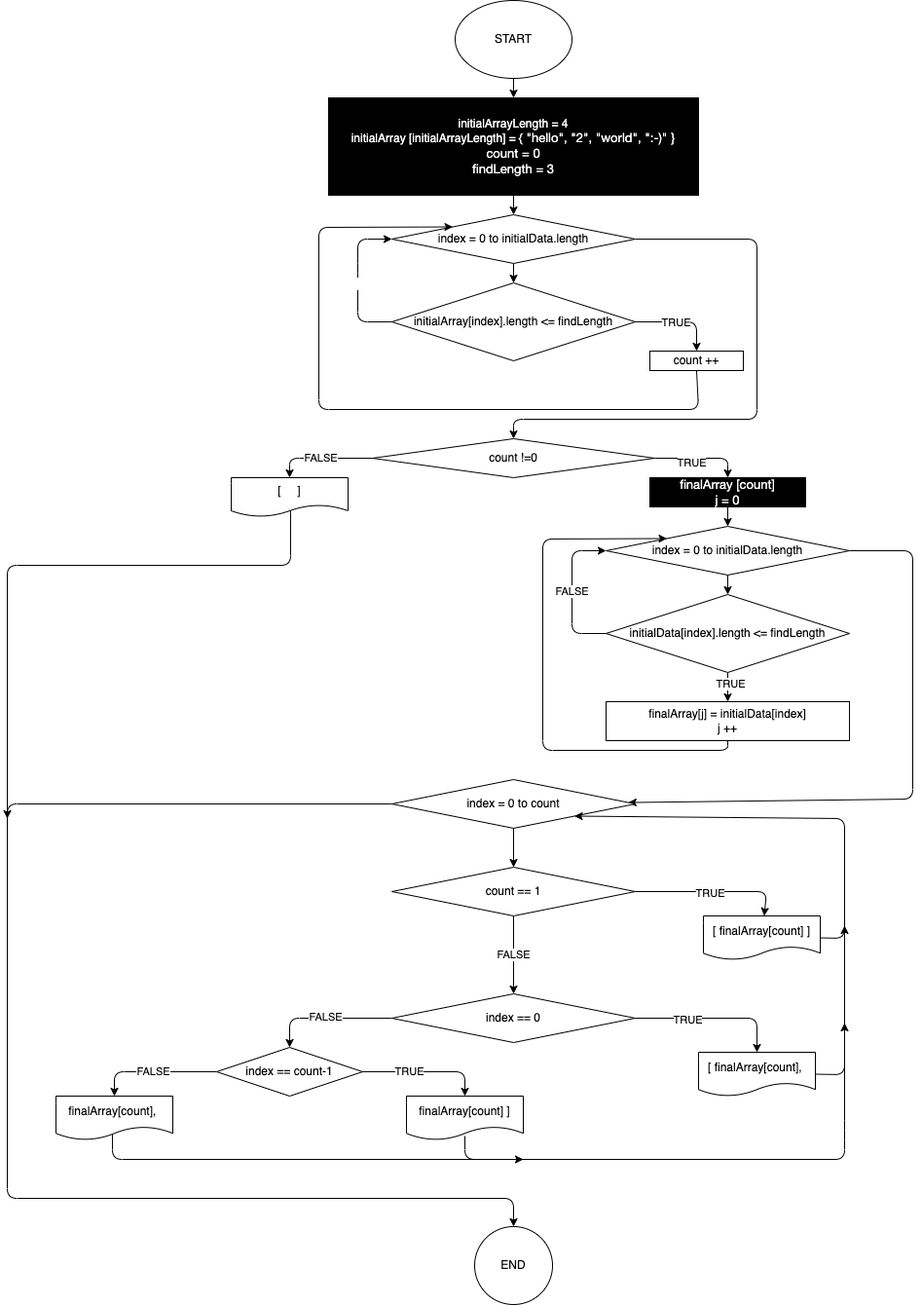
Before: diagram.drawio.png, a diagram exported from draw.io (Moerushi/FINAL_PROJECT). Source tidied: cells renumbered, new cells last; positions are measured from the earlier drawing's top-left corner, leaving out a move shared by most shapes.
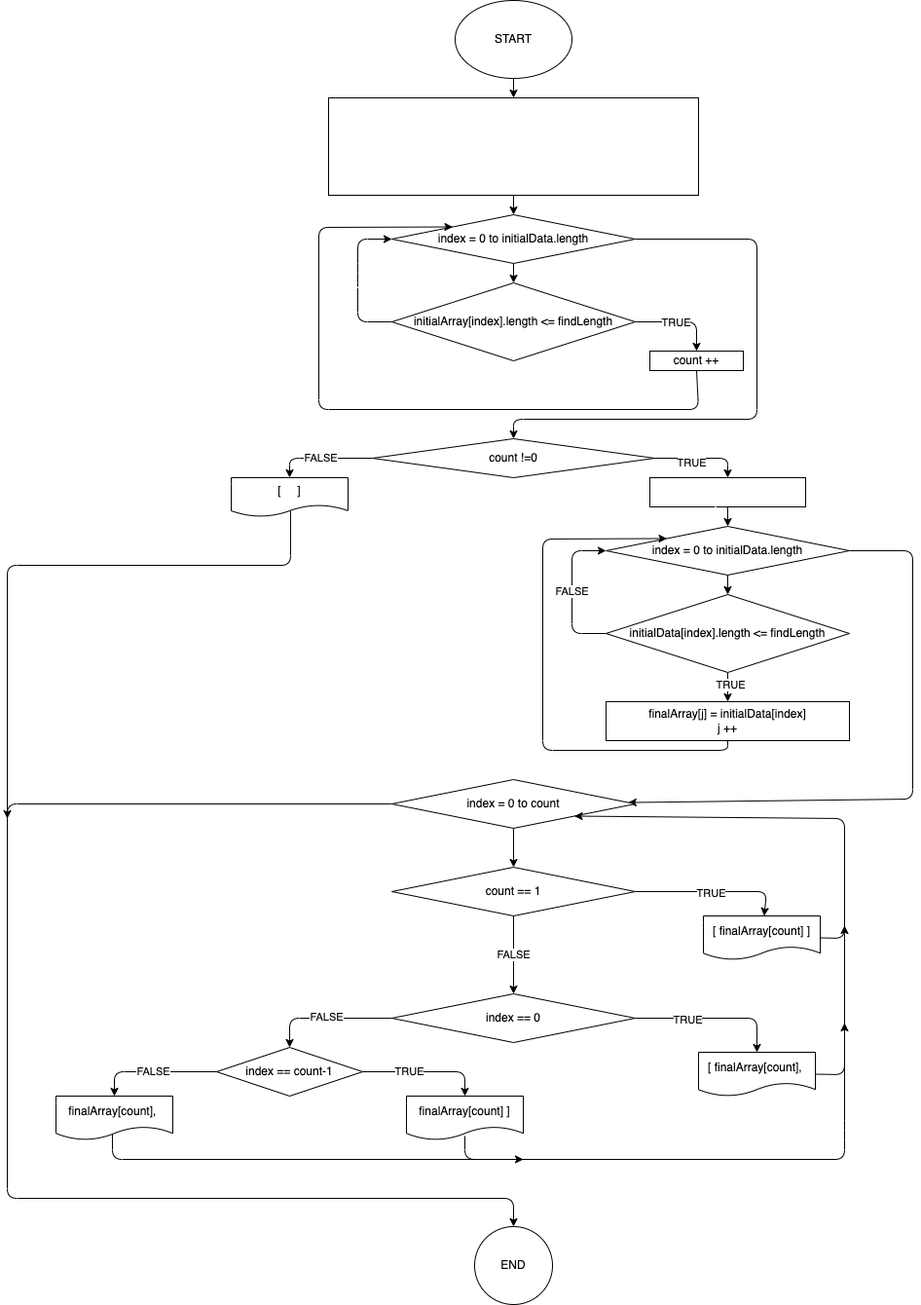
Above is the later version.

Commit message:
Changed color of some places in diagram

Change to the diagram source:
```diff
@@ -11,7 +11,7 @@
     <mxCell id="4" style="edgeStyle=none;html=1;exitX=0.5;exitY=1;exitDx=0;exitDy=0;entryX=0.5;entryY=0;entryDx=0;entryDy=0;" parent="1" edge="1" source="5" target="8">
       <mxGeometry relative="1" as="geometry" />
     </mxCell>
-    <mxCell id="5" value="&lt;font&gt;initialArrayLength = 4&lt;br&gt;initialArray [initialArrayLength] = {&amp;nbsp;&lt;span style=&quot;font-family: &amp;quot;Helvetica Neue&amp;quot;; font-size: 13px; text-align: start; background-color: initial;&quot;&gt;&quot;hello&quot;, &quot;2&quot;, &quot;world&quot;, &quot;:-)&quot; }&lt;br&gt;count = 0&lt;/span&gt;&lt;/font&gt;&lt;font&gt;&lt;span style=&quot;font-family: &amp;quot;Helvetica Neue&amp;quot;; font-size: 13px; text-align: start; background-color: initial;&quot;&gt;&lt;br&gt;findLength = 3&lt;br&gt;&lt;/span&gt;&lt;/font&gt;" style="whiteSpace=wrap;html=1;fontColor=#FFFFFF;fillColor=#000000;" parent="1" vertex="1">
+    <mxCell id="5" value="&lt;font&gt;initialArrayLength = 4&lt;br&gt;initialArray [initialArrayLength] = {&amp;nbsp;&lt;span style=&quot;font-family: &amp;quot;Helvetica Neue&amp;quot;; font-size: 13px; text-align: start; background-color: initial;&quot;&gt;&quot;hello&quot;, &quot;2&quot;, &quot;world&quot;, &quot;:-)&quot; }&lt;br&gt;count = 0&lt;/span&gt;&lt;/font&gt;&lt;font&gt;&lt;span style=&quot;font-family: &amp;quot;Helvetica Neue&amp;quot;; font-size: 13px; text-align: start; background-color: initial;&quot;&gt;&lt;br&gt;findLength = 3&lt;br&gt;&lt;/span&gt;&lt;/font&gt;" style="whiteSpace=wrap;html=1;fontColor=#FFFFFF;fillColor=none;" parent="1" vertex="1">
       <mxGeometry x="330" y="100" width="380" height="100" as="geometry" />
     </mxCell>
     <mxCell id="6" style="edgeStyle=none;html=1;fontColor=#FFFFFF;" parent="1" edge="1" source="8" target="13">
@@ -38,7 +38,7 @@
         </Array>
       </mxGeometry>
     </mxCell>
-    <mxCell id="10" value="FALSE" style="edgeLabel;html=1;align=center;verticalAlign=middle;fontColor=#FFFFFF;" parent="9" vertex="1">
+    <mxCell id="10" value="FALSE" style="edgeLabel;html=1;align=center;verticalAlign=middle;fontColor=#FFFFFF;labelBackgroundColor=none;" parent="9" vertex="1">
       <mxGeometry x="-0.05" y="-3" relative="1" as="geometry" />
     </mxCell>
     <mxCell id="11" style="edgeStyle=none;html=1;exitX=1;exitY=0.5;exitDx=0;exitDy=0;entryX=0.5;entryY=0;entryDx=0;entryDy=0;" parent="1" edge="1" source="13" target="15">
@@ -69,7 +69,7 @@
     <mxCell id="16" style="edgeStyle=none;html=1;exitX=0.5;exitY=1;exitDx=0;exitDy=0;entryX=0.5;entryY=0;entryDx=0;entryDy=0;" parent="1" edge="1" source="17" target="26">
       <mxGeometry relative="1" as="geometry" />
     </mxCell>
-    <mxCell id="17" value="&lt;font&gt;&lt;span style=&quot;font-family: &amp;quot;Helvetica Neue&amp;quot;; font-size: 13px; text-align: start; background-color: initial;&quot;&gt;finalArray [&lt;/span&gt;&lt;/font&gt;&lt;span style=&quot;font-family: &amp;quot;Helvetica Neue&amp;quot;; font-size: 13px; text-align: start;&quot;&gt;count]&lt;br&gt;j = 0&lt;br&gt;&lt;/span&gt;" style="whiteSpace=wrap;html=1;fillColor=#000000;fontColor=#FFFFFF;" parent="1" vertex="1">
+    <mxCell id="17" value="&lt;font&gt;&lt;span style=&quot;font-family: &amp;quot;Helvetica Neue&amp;quot;; font-size: 13px; text-align: start; background-color: initial;&quot;&gt;finalArray [&lt;/span&gt;&lt;/font&gt;&lt;span style=&quot;font-family: &amp;quot;Helvetica Neue&amp;quot;; font-size: 13px; text-align: start;&quot;&gt;count]&lt;br&gt;j = 0&lt;br&gt;&lt;/span&gt;" style="whiteSpace=wrap;html=1;fillColor=none;fontColor=#FFFFFF;" parent="1" vertex="1">
       <mxGeometry x="660" y="490" width="160" height="30" as="geometry" />
     </mxCell>
     <mxCell id="18" style="edgeStyle=none;html=1;exitX=1;exitY=0.5;exitDx=0;exitDy=0;entryX=0.5;entryY=0;entryDx=0;entryDy=0;" parent="1" edge="1" source="21" target="17">
```
